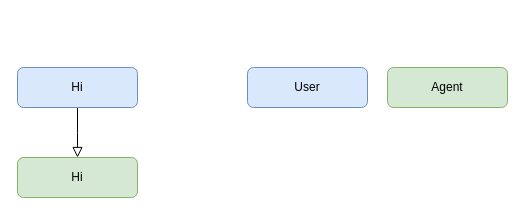
Before: Untitled Diagram.drawio in mreinhard-rumblebee/conversational_AI, a draw.io diagram. Source tidied: cells renumbered, new cells numbered last; positions are measured from the earlier drawing's top-left corner, leaving out a move shared by most shapes. Both pictures are drawn from the tidied source at 100%, with x=0, y=0 at pixel (17, 67).
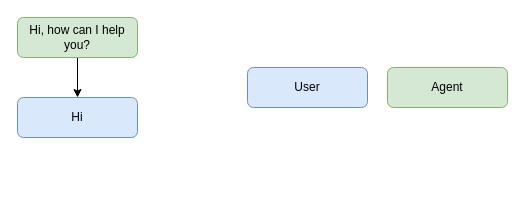
After the change.

Change to the diagram source:
```diff
@@
 <mxGraphModel>
   <root>
     <mxCell id="0" />
     <mxCell id="1" parent="0" />
-    <mxCell id="2" style="rounded=0;html=1;jettySize=auto;fontSize=11;endArrow=block;endFill=0;endSize=8;strokeWidth=1;shadow=0;labelBackgroundColor=none;edgeStyle=orthogonalEdgeStyle;" parent="1" edge="1" source="3">
-      <mxGeometry relative="1" as="geometry">
-        <mxPoint x="60" y="90" as="targetPoint" />
-      </mxGeometry>
-    </mxCell>
     <mxCell id="3" value="Hi" style="rounded=1;whiteSpace=wrap;html=1;fontSize=12;glass=0;strokeWidth=1;shadow=0;fillColor=#dae8fc;strokeColor=#6c8ebf;" parent="1" vertex="1">
-      <mxGeometry width="120" height="40" as="geometry" />
+      <mxGeometry y="30" width="120" height="40" as="geometry" />
     </mxCell>
     <mxCell id="4" value="User" style="rounded=1;whiteSpace=wrap;html=1;fontSize=12;glass=0;strokeWidth=1;shadow=0;fillColor=#dae8fc;strokeColor=#6c8ebf;" parent="1" vertex="1">
       <mxGeometry x="230" width="120" height="40" as="geometry" />
     </mxCell>
     <mxCell id="5" value="Agent" style="rounded=1;whiteSpace=wrap;html=1;fontSize=12;glass=0;strokeWidth=1;shadow=0;fillColor=#d5e8d4;strokeColor=#82b366;" parent="1" vertex="1">
       <mxGeometry x="370" width="120" height="40" as="geometry" />
     </mxCell>
+    <mxCell id="7" style="edgeStyle=orthogonalEdgeStyle;rounded=0;jettySize=auto;html=1;" parent="1" edge="1" source="6" target="3">
+      <mxGeometry relative="1" as="geometry" />
+    </mxCell>
-    <mxCell id="6" value="Hi" style="rounded=1;whiteSpace=wrap;html=1;fontSize=12;glass=0;strokeWidth=1;shadow=0;fillColor=#d5e8d4;strokeColor=#82b366;" parent="1" vertex="1">
-      <mxGeometry y="90" width="120" height="40" as="geometry" />
+    <mxCell id="6" value="Hi, how can I help you?" style="rounded=1;whiteSpace=wrap;html=1;fontSize=12;glass=0;strokeWidth=1;shadow=0;fillColor=#d5e8d4;strokeColor=#82b366;" parent="1" vertex="1">
+      <mxGeometry y="-50" width="120" height="40" as="geometry" />
     </mxCell>
   </root>
 </mxGraphModel>
```
